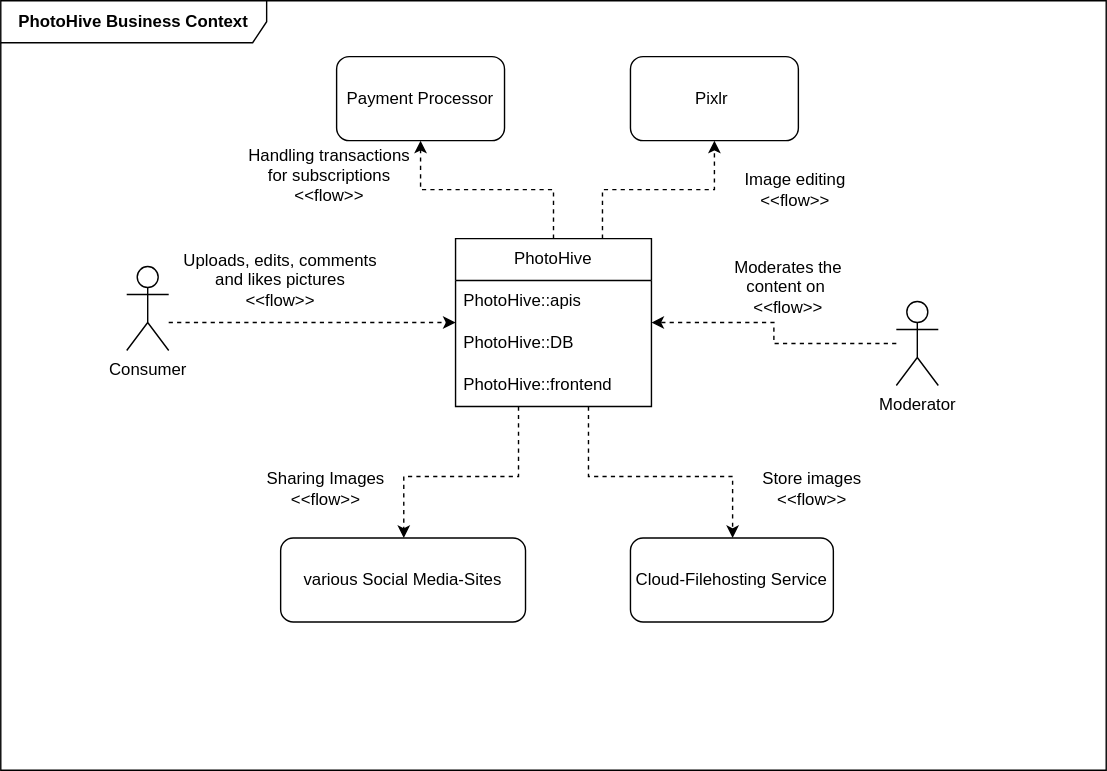
Above: images/SWARC_Business_Context.drawio.svg in Z1rael/swa (draw.io), before the change. Source tidied: cells renumbered, new cells last; positions are measured from the earlier drawing's top-left corner, leaving out a move shared by most shapes. Its diagram source:
```xml
<mxGraphModel>
  <root>
    <mxCell id="0" />
    <mxCell id="1" parent="0" />
    <mxCell id="2" value="&lt;span style=&quot;font-weight: 700; white-space: nowrap;&quot;&gt;PhotoHive Business Context&lt;/span&gt;" style="shape=umlFrame;whiteSpace=wrap;html=1;width=190;height=30;" parent="1" vertex="1">
      <mxGeometry width="790" height="550" as="geometry" />
    </mxCell>
    <mxCell id="3" style="edgeStyle=orthogonalEdgeStyle;rounded=0;jettySize=auto;html=1;dashed=1;" parent="1" edge="1" source="4" target="9">
      <mxGeometry relative="1" as="geometry">
        <Array as="points">
          <mxPoint x="220" y="230" />
          <mxPoint x="220" y="230" />
        </Array>
      </mxGeometry>
    </mxCell>
    <mxCell id="4" value="Consumer" style="shape=umlActor;verticalLabelPosition=bottom;verticalAlign=top;html=1;" parent="1" vertex="1">
      <mxGeometry x="90" y="190" width="30" height="60" as="geometry" />
    </mxCell>
    <mxCell id="5" style="edgeStyle=orthogonalEdgeStyle;rounded=0;jettySize=auto;html=1;dashed=1;" parent="1" edge="1" source="9" target="13">
      <mxGeometry relative="1" as="geometry">
        <Array as="points">
          <mxPoint x="430" y="135" />
          <mxPoint x="510" y="135" />
        </Array>
      </mxGeometry>
    </mxCell>
    <mxCell id="6" style="edgeStyle=orthogonalEdgeStyle;rounded=0;jettySize=auto;html=1;dashed=1;" parent="1" edge="1" source="9" target="14">
      <mxGeometry relative="1" as="geometry">
        <Array as="points">
          <mxPoint x="370" y="340" />
          <mxPoint x="288" y="340" />
        </Array>
      </mxGeometry>
    </mxCell>
    <mxCell id="7" style="edgeStyle=orthogonalEdgeStyle;rounded=0;jettySize=auto;html=1;dashed=1;" parent="1" edge="1" source="9" target="21">
      <mxGeometry relative="1" as="geometry">
        <Array as="points">
          <mxPoint x="420" y="340" />
          <mxPoint x="523" y="340" />
        </Array>
      </mxGeometry>
    </mxCell>
    <mxCell id="8" style="edgeStyle=orthogonalEdgeStyle;rounded=0;jettySize=auto;html=1;dashed=1;" parent="1" edge="1" source="9" target="23">
      <mxGeometry relative="1" as="geometry" />
    </mxCell>
    <mxCell id="9" value="PhotoHive" style="swimlane;fontStyle=0;horizontal=1;startSize=30;whiteSpace=wrap;html=1;" parent="1" vertex="1">
      <mxGeometry x="325" y="170" width="140" height="120" as="geometry" />
    </mxCell>
    <mxCell id="10" value="&lt;span style=&quot;text-align: center;&quot;&gt;PhotoHive::apis&lt;/span&gt;" style="text;strokeColor=none;fillColor=none;align=left;verticalAlign=middle;spacingLeft=4;spacingRight=4;overflow=hidden;points=[[0,0.5],[1,0.5]];portConstraint=eastwest;whiteSpace=wrap;html=1;" parent="9" vertex="1">
      <mxGeometry y="30" width="140" height="30" as="geometry" />
    </mxCell>
    <mxCell id="11" value="PhotoHive::DB" style="text;strokeColor=none;fillColor=none;align=left;verticalAlign=middle;spacingLeft=4;spacingRight=4;overflow=hidden;points=[[0,0.5],[1,0.5]];portConstraint=eastwest;whiteSpace=wrap;html=1;" parent="9" vertex="1">
      <mxGeometry y="60" width="140" height="30" as="geometry" />
    </mxCell>
    <mxCell id="12" value="PhotoHive::frontend" style="text;strokeColor=none;fillColor=none;align=left;verticalAlign=middle;spacingLeft=4;spacingRight=4;overflow=hidden;whiteSpace=wrap;html=1;" parent="9" vertex="1">
      <mxGeometry y="90" width="140" height="30" as="geometry" />
    </mxCell>
    <mxCell id="13" value="Pixlr&amp;nbsp;" style="rounded=1;whiteSpace=wrap;html=1;" parent="1" vertex="1">
      <mxGeometry x="450" y="40" width="120" height="60" as="geometry" />
    </mxCell>
    <mxCell id="14" value="various Social Media-Sites" style="rounded=1;whiteSpace=wrap;html=1;" parent="1" vertex="1">
      <mxGeometry x="200" y="384" width="175" height="60" as="geometry" />
    </mxCell>
    <mxCell id="15" value="Image editing&lt;br&gt;&amp;lt;&amp;lt;flow&amp;gt;&amp;gt;" style="text;html=1;whiteSpace=wrap;strokeColor=none;fillColor=none;align=center;verticalAlign=middle;rounded=0;" parent="1" vertex="1">
      <mxGeometry x="512.5" y="120" width="110" height="30" as="geometry" />
    </mxCell>
    <mxCell id="16" value="Sharing Images&lt;br&gt;&amp;lt;&amp;lt;flow&amp;gt;&amp;gt;" style="text;html=1;whiteSpace=wrap;strokeColor=none;fillColor=none;align=center;verticalAlign=middle;rounded=0;" parent="1" vertex="1">
      <mxGeometry x="170" y="334" width="125" height="30" as="geometry" />
    </mxCell>
    <mxCell id="17" value="Uploads, edits, comments and likes pictures&lt;br&gt;&amp;lt;&amp;lt;flow&amp;gt;&amp;gt;" style="text;html=1;whiteSpace=wrap;strokeColor=none;fillColor=none;align=center;verticalAlign=middle;rounded=0;" parent="1" vertex="1">
      <mxGeometry x="120" y="185" width="160" height="30" as="geometry" />
    </mxCell>
    <mxCell id="18" style="edgeStyle=orthogonalEdgeStyle;rounded=0;jettySize=auto;html=1;dashed=1;" parent="1" edge="1" source="19" target="9">
      <mxGeometry relative="1" as="geometry" />
    </mxCell>
    <mxCell id="19" value="Moderator" style="shape=umlActor;verticalLabelPosition=bottom;verticalAlign=top;html=1;outlineConnect=0;" parent="1" vertex="1">
      <mxGeometry x="640" y="215" width="30" height="60" as="geometry" />
    </mxCell>
    <mxCell id="20" value="Moderates the content on&amp;nbsp;&lt;br&gt;&amp;lt;&amp;lt;flow&amp;gt;&amp;gt;" style="text;html=1;whiteSpace=wrap;strokeColor=none;fillColor=none;align=center;verticalAlign=middle;rounded=0;" parent="1" vertex="1">
      <mxGeometry x="512.5" y="190" width="100" height="30" as="geometry" />
    </mxCell>
    <mxCell id="21" value="Cloud-Filehosting Service" style="rounded=1;whiteSpace=wrap;html=1;" parent="1" vertex="1">
      <mxGeometry x="450" y="384" width="145" height="60" as="geometry" />
    </mxCell>
    <mxCell id="22" value="Store images&lt;br&gt;&amp;lt;&amp;lt;flow&amp;gt;&amp;gt;" style="text;html=1;whiteSpace=wrap;strokeColor=none;fillColor=none;align=center;verticalAlign=middle;rounded=0;" parent="1" vertex="1">
      <mxGeometry x="530" y="334" width="100" height="30" as="geometry" />
    </mxCell>
    <mxCell id="23" value="Payment Processor" style="rounded=1;whiteSpace=wrap;html=1;" parent="1" vertex="1">
      <mxGeometry x="240" y="40" width="120" height="60" as="geometry" />
    </mxCell>
    <mxCell id="24" value="Handling transactions for subscriptions&lt;div&gt;&amp;lt;&amp;lt;flow&amp;gt;&amp;gt;&lt;/div&gt;" style="text;html=1;whiteSpace=wrap;strokeColor=none;fillColor=none;align=center;verticalAlign=middle;rounded=0;" parent="1" vertex="1">
      <mxGeometry x="170" y="110" width="130" height="30" as="geometry" />
    </mxCell>
  </root>
</mxGraphModel>
```
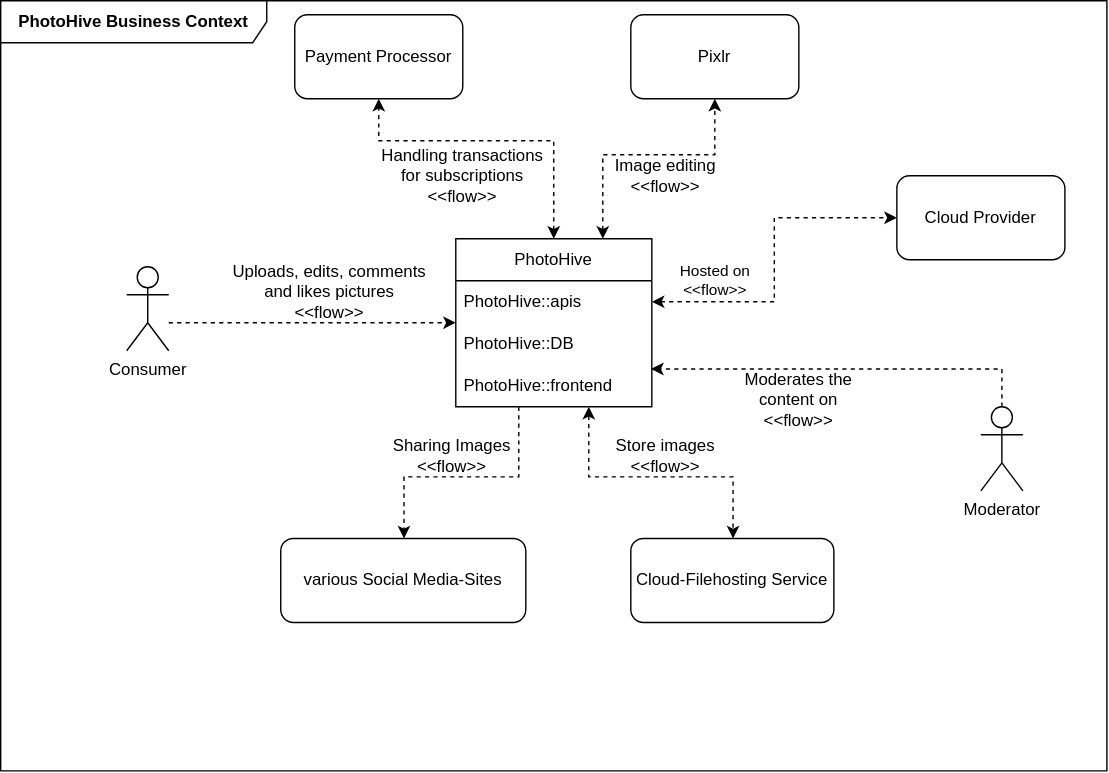
Later version of the same file.

Commit message:
feat: added technical context diagram + updated business context diagram

Diff of the diagram source:
```diff
@@ -16,11 +16,11 @@
     <mxCell id="4" value="Consumer" style="shape=umlActor;verticalLabelPosition=bottom;verticalAlign=top;html=1;" parent="1" vertex="1">
       <mxGeometry x="90" y="190" width="30" height="60" as="geometry" />
     </mxCell>
-    <mxCell id="5" style="edgeStyle=orthogonalEdgeStyle;rounded=0;jettySize=auto;html=1;dashed=1;" parent="1" edge="1" source="9" target="13">
+    <mxCell id="5" style="edgeStyle=orthogonalEdgeStyle;rounded=0;jettySize=auto;html=1;dashed=1;startArrow=classic;startFill=1;" parent="1" edge="1" source="9" target="13">
       <mxGeometry relative="1" as="geometry">
         <Array as="points">
-          <mxPoint x="430" y="135" />
-          <mxPoint x="510" y="135" />
+          <mxPoint x="430" y="110" />
+          <mxPoint x="510" y="110" />
         </Array>
       </mxGeometry>
     </mxCell>
@@ -32,7 +32,7 @@
         </Array>
       </mxGeometry>
     </mxCell>
-    <mxCell id="7" style="edgeStyle=orthogonalEdgeStyle;rounded=0;jettySize=auto;html=1;dashed=1;" parent="1" edge="1" source="9" target="21">
+    <mxCell id="7" style="edgeStyle=orthogonalEdgeStyle;rounded=0;jettySize=auto;html=1;dashed=1;startArrow=classic;startFill=1;" parent="1" edge="1" source="9" target="21">
       <mxGeometry relative="1" as="geometry">
         <Array as="points">
           <mxPoint x="420" y="340" />
@@ -40,8 +40,13 @@
         </Array>
       </mxGeometry>
     </mxCell>
-    <mxCell id="8" style="edgeStyle=orthogonalEdgeStyle;rounded=0;jettySize=auto;html=1;dashed=1;" parent="1" edge="1" source="9" target="23">
-      <mxGeometry relative="1" as="geometry" />
+    <mxCell id="8" style="edgeStyle=orthogonalEdgeStyle;rounded=0;jettySize=auto;html=1;dashed=1;startArrow=classic;startFill=1;" parent="1" edge="1" source="9" target="23">
+      <mxGeometry relative="1" as="geometry">
+        <Array as="points">
+          <mxPoint x="395" y="100" />
+          <mxPoint x="270" y="100" />
+        </Array>
+      </mxGeometry>
     </mxCell>
     <mxCell id="9" value="PhotoHive" style="swimlane;fontStyle=0;horizontal=1;startSize=30;whiteSpace=wrap;html=1;" parent="1" vertex="1">
       <mxGeometry x="325" y="170" width="140" height="120" as="geometry" />
@@ -56,40 +61,51 @@
       <mxGeometry y="90" width="140" height="30" as="geometry" />
     </mxCell>
     <mxCell id="13" value="Pixlr&amp;nbsp;" style="rounded=1;whiteSpace=wrap;html=1;" parent="1" vertex="1">
-      <mxGeometry x="450" y="40" width="120" height="60" as="geometry" />
+      <mxGeometry x="450" y="10" width="120" height="60" as="geometry" />
     </mxCell>
     <mxCell id="14" value="various Social Media-Sites" style="rounded=1;whiteSpace=wrap;html=1;" parent="1" vertex="1">
       <mxGeometry x="200" y="384" width="175" height="60" as="geometry" />
     </mxCell>
     <mxCell id="15" value="Image editing&lt;br&gt;&amp;lt;&amp;lt;flow&amp;gt;&amp;gt;" style="text;html=1;whiteSpace=wrap;strokeColor=none;fillColor=none;align=center;verticalAlign=middle;rounded=0;" parent="1" vertex="1">
-      <mxGeometry x="512.5" y="120" width="110" height="30" as="geometry" />
+      <mxGeometry x="420" y="110" width="110" height="30" as="geometry" />
     </mxCell>
     <mxCell id="16" value="Sharing Images&lt;br&gt;&amp;lt;&amp;lt;flow&amp;gt;&amp;gt;" style="text;html=1;whiteSpace=wrap;strokeColor=none;fillColor=none;align=center;verticalAlign=middle;rounded=0;" parent="1" vertex="1">
-      <mxGeometry x="170" y="334" width="125" height="30" as="geometry" />
+      <mxGeometry x="260" y="310" width="125" height="30" as="geometry" />
     </mxCell>
     <mxCell id="17" value="Uploads, edits, comments and likes pictures&lt;br&gt;&amp;lt;&amp;lt;flow&amp;gt;&amp;gt;" style="text;html=1;whiteSpace=wrap;strokeColor=none;fillColor=none;align=center;verticalAlign=middle;rounded=0;" parent="1" vertex="1">
-      <mxGeometry x="120" y="185" width="160" height="30" as="geometry" />
+      <mxGeometry x="155" y="193" width="160" height="30" as="geometry" />
     </mxCell>
-    <mxCell id="18" style="edgeStyle=orthogonalEdgeStyle;rounded=0;jettySize=auto;html=1;dashed=1;" parent="1" edge="1" source="19" target="9">
+    <mxCell id="18" style="edgeStyle=orthogonalEdgeStyle;rounded=0;jettySize=auto;html=1;dashed=1;entryX=0.996;entryY=1.1;entryDx=0;entryDy=0;entryPerimeter=0;" parent="1" edge="1" source="19" target="11">
       <mxGeometry relative="1" as="geometry" />
     </mxCell>
     <mxCell id="19" value="Moderator" style="shape=umlActor;verticalLabelPosition=bottom;verticalAlign=top;html=1;outlineConnect=0;" parent="1" vertex="1">
-      <mxGeometry x="640" y="215" width="30" height="60" as="geometry" />
+      <mxGeometry x="700" y="290" width="30" height="60" as="geometry" />
     </mxCell>
     <mxCell id="20" value="Moderates the content on&amp;nbsp;&lt;br&gt;&amp;lt;&amp;lt;flow&amp;gt;&amp;gt;" style="text;html=1;whiteSpace=wrap;strokeColor=none;fillColor=none;align=center;verticalAlign=middle;rounded=0;" parent="1" vertex="1">
-      <mxGeometry x="512.5" y="190" width="100" height="30" as="geometry" />
+      <mxGeometry x="520" y="270" width="100" height="30" as="geometry" />
     </mxCell>
     <mxCell id="21" value="Cloud-Filehosting Service" style="rounded=1;whiteSpace=wrap;html=1;" parent="1" vertex="1">
       <mxGeometry x="450" y="384" width="145" height="60" as="geometry" />
     </mxCell>
     <mxCell id="22" value="Store images&lt;br&gt;&amp;lt;&amp;lt;flow&amp;gt;&amp;gt;" style="text;html=1;whiteSpace=wrap;strokeColor=none;fillColor=none;align=center;verticalAlign=middle;rounded=0;" parent="1" vertex="1">
-      <mxGeometry x="530" y="334" width="100" height="30" as="geometry" />
+      <mxGeometry x="425" y="310" width="100" height="30" as="geometry" />
     </mxCell>
     <mxCell id="23" value="Payment Processor" style="rounded=1;whiteSpace=wrap;html=1;" parent="1" vertex="1">
-      <mxGeometry x="240" y="40" width="120" height="60" as="geometry" />
+      <mxGeometry x="210" y="10" width="120" height="60" as="geometry" />
     </mxCell>
     <mxCell id="24" value="Handling transactions for subscriptions&lt;div&gt;&amp;lt;&amp;lt;flow&amp;gt;&amp;gt;&lt;/div&gt;" style="text;html=1;whiteSpace=wrap;strokeColor=none;fillColor=none;align=center;verticalAlign=middle;rounded=0;" parent="1" vertex="1">
-      <mxGeometry x="170" y="110" width="130" height="30" as="geometry" />
+      <mxGeometry x="265" y="110" width="130" height="30" as="geometry" />
     </mxCell>
+    <mxCell id="25" value="Cloud Provider" style="rounded=1;whiteSpace=wrap;html=1;" parent="1" vertex="1">
+      <mxGeometry x="640" y="125" width="120" height="60" as="geometry" />
+    </mxCell>
+    <mxCell id="26" style="html=1;entryX=0;entryY=0.5;entryDx=0;entryDy=0;dashed=1;rounded=0;edgeStyle=orthogonalEdgeStyle;startArrow=classic;startFill=1;" parent="1" edge="1" source="10" target="25">
+      <mxGeometry relative="1" as="geometry" />
+    </mxCell>
+    <mxCell id="27" value="Hosted on&lt;div&gt;&amp;lt;&amp;lt;flow&amp;gt;&amp;gt;&lt;/div&gt;" style="edgeLabel;html=1;align=center;verticalAlign=middle;" parent="26" vertex="1">
+      <mxGeometry x="-0.42" relative="1" as="geometry">
+        <mxPoint x="-23" y="-15" as="offset" />
+      </mxGeometry>
+    </mxCell>
   </root>
 </mxGraphModel>
```
